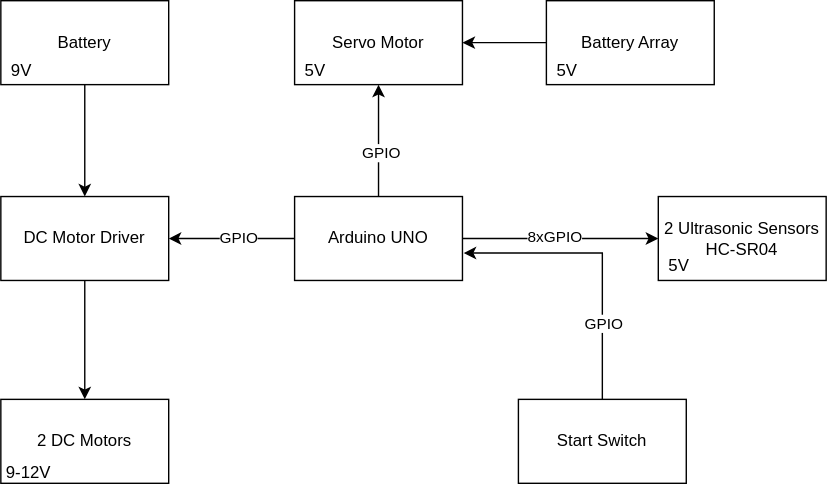
This is images/general-description.svg from badea-codrut-cti/proiect-robotica, a draw.io export, as it was before one commit. Source tidied: cells renumbered, new cells last; positions are measured from the earlier drawing's top-left corner, leaving out a move shared by most shapes.
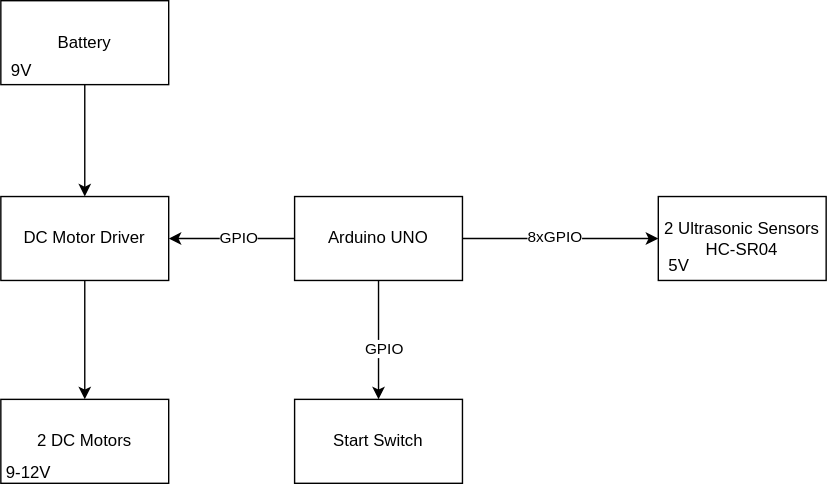
Above is the later version.

Change to the diagram source:
```diff
@@ -2,12 +2,6 @@
   <root>
     <mxCell id="0" />
     <mxCell id="1" parent="0" />
-    <mxCell id="2" style="edgeStyle=orthogonalEdgeStyle;rounded=0;jettySize=auto;html=1;exitX=0.5;exitY=0;exitDx=0;exitDy=0;entryX=0.5;entryY=1;entryDx=0;entryDy=0;strokeColor=default;" parent="1" edge="1" source="8" target="10">
-      <mxGeometry relative="1" as="geometry" />
-    </mxCell>
-    <mxCell id="3" value="GPIO" style="edgeLabel;html=1;align=center;verticalAlign=middle;" parent="2" vertex="1">
-      <mxGeometry x="-0.19" y="-1" relative="1" as="geometry" />
-    </mxCell>
     <mxCell id="4" style="edgeStyle=orthogonalEdgeStyle;rounded=0;jettySize=auto;html=1;exitX=1;exitY=0.5;exitDx=0;exitDy=0;entryX=0;entryY=0.5;entryDx=0;entryDy=0;" parent="1" edge="1" source="8" target="9">
       <mxGeometry relative="1" as="geometry" />
     </mxCell>
@@ -20,15 +14,18 @@
     <mxCell id="7" value="GPIO" style="edgeLabel;html=1;align=center;verticalAlign=middle;" parent="6" vertex="1">
       <mxGeometry x="-0.1" y="-1" relative="1" as="geometry" />
     </mxCell>
+    <mxCell id="26" style="edgeStyle=orthogonalEdgeStyle;rounded=0;jettySize=auto;html=1;exitX=0.5;exitY=1;exitDx=0;exitDy=0;entryX=0.5;entryY=0;entryDx=0;entryDy=0;" parent="1" edge="1" source="8" target="16">
+      <mxGeometry relative="1" as="geometry" />
+    </mxCell>
+    <mxCell id="27" value="GPIO" style="edgeLabel;html=1;align=center;verticalAlign=middle;" parent="26" vertex="1">
+      <mxGeometry x="0.13" y="3" relative="1" as="geometry" />
+    </mxCell>
     <mxCell id="8" value="Arduino UNO" style="rounded=0;whiteSpace=wrap;html=1;" parent="1" vertex="1">
       <mxGeometry x="210" y="140" width="120" height="60" as="geometry" />
     </mxCell>
     <mxCell id="9" value="&lt;div&gt;2 Ultrasonic Sensors&lt;/div&gt;&lt;div&gt;HC-SR04&lt;br&gt;&lt;/div&gt;" style="rounded=0;whiteSpace=wrap;html=1;" parent="1" vertex="1">
       <mxGeometry x="470" y="140" width="120" height="60" as="geometry" />
     </mxCell>
-    <mxCell id="10" value="Servo Motor" style="rounded=0;whiteSpace=wrap;html=1;" parent="1" vertex="1">
-      <mxGeometry x="210" width="120" height="60" as="geometry" />
-    </mxCell>
     <mxCell id="11" style="edgeStyle=orthogonalEdgeStyle;rounded=0;jettySize=auto;html=1;exitX=0.5;exitY=1;exitDx=0;exitDy=0;entryX=0.5;entryY=0;entryDx=0;entryDy=0;" parent="1" edge="1" source="12" target="13">
       <mxGeometry relative="1" as="geometry" />
     </mxCell>
@@ -45,7 +42,7 @@
       <mxGeometry width="120" height="60" as="geometry" />
     </mxCell>
     <mxCell id="16" value="Start Switch" style="rounded=0;whiteSpace=wrap;html=1;" parent="1" vertex="1">
-      <mxGeometry x="370" y="285" width="120" height="60" as="geometry" />
+      <mxGeometry x="210" y="285" width="120" height="60" as="geometry" />
     </mxCell>
     <mxCell id="17" value="5V" style="text;html=1;align=center;verticalAlign=middle;whiteSpace=wrap;rounded=0;" parent="1" vertex="1">
       <mxGeometry x="470" y="180" width="30" height="20" as="geometry" />
@@ -53,28 +50,8 @@
     <mxCell id="18" value="9-12V" style="text;html=1;align=center;verticalAlign=middle;whiteSpace=wrap;rounded=0;" parent="1" vertex="1">
       <mxGeometry y="330" width="40" height="15" as="geometry" />
     </mxCell>
-    <mxCell id="19" value="5V" style="text;html=1;align=center;verticalAlign=middle;whiteSpace=wrap;rounded=0;" parent="1" vertex="1">
-      <mxGeometry x="210" y="40" width="30" height="20" as="geometry" />
-    </mxCell>
-    <mxCell id="20" style="edgeStyle=orthogonalEdgeStyle;rounded=0;jettySize=auto;html=1;exitX=0.5;exitY=0;exitDx=0;exitDy=0;entryX=1.007;entryY=0.673;entryDx=0;entryDy=0;entryPerimeter=0;" parent="1" edge="1" source="16" target="8">
-      <mxGeometry relative="1" as="geometry" />
-    </mxCell>
-    <mxCell id="21" value="GPIO" style="edgeLabel;html=1;align=center;verticalAlign=middle;" parent="20" vertex="1">
-      <mxGeometry x="-0.37" y="-1" relative="1" as="geometry">
-        <mxPoint x="-1" y="9" as="offset" />
-      </mxGeometry>
-    </mxCell>
     <mxCell id="22" value="9V" style="text;html=1;align=center;verticalAlign=middle;whiteSpace=wrap;rounded=0;" parent="1" vertex="1">
       <mxGeometry y="40" width="30" height="20" as="geometry" />
     </mxCell>
-    <mxCell id="23" style="edgeStyle=orthogonalEdgeStyle;rounded=0;jettySize=auto;html=1;exitX=0;exitY=0.5;exitDx=0;exitDy=0;" parent="1" edge="1" source="24" target="10">
-      <mxGeometry relative="1" as="geometry" />
-    </mxCell>
-    <mxCell id="24" value="Battery Array" style="rounded=0;whiteSpace=wrap;html=1;" parent="1" vertex="1">
-      <mxGeometry x="390" width="120" height="60" as="geometry" />
-    </mxCell>
-    <mxCell id="25" value="5V" style="text;html=1;align=center;verticalAlign=middle;whiteSpace=wrap;rounded=0;" parent="1" vertex="1">
-      <mxGeometry x="390" y="40" width="30" height="20" as="geometry" />
-    </mxCell>
   </root>
 </mxGraphModel>
```
